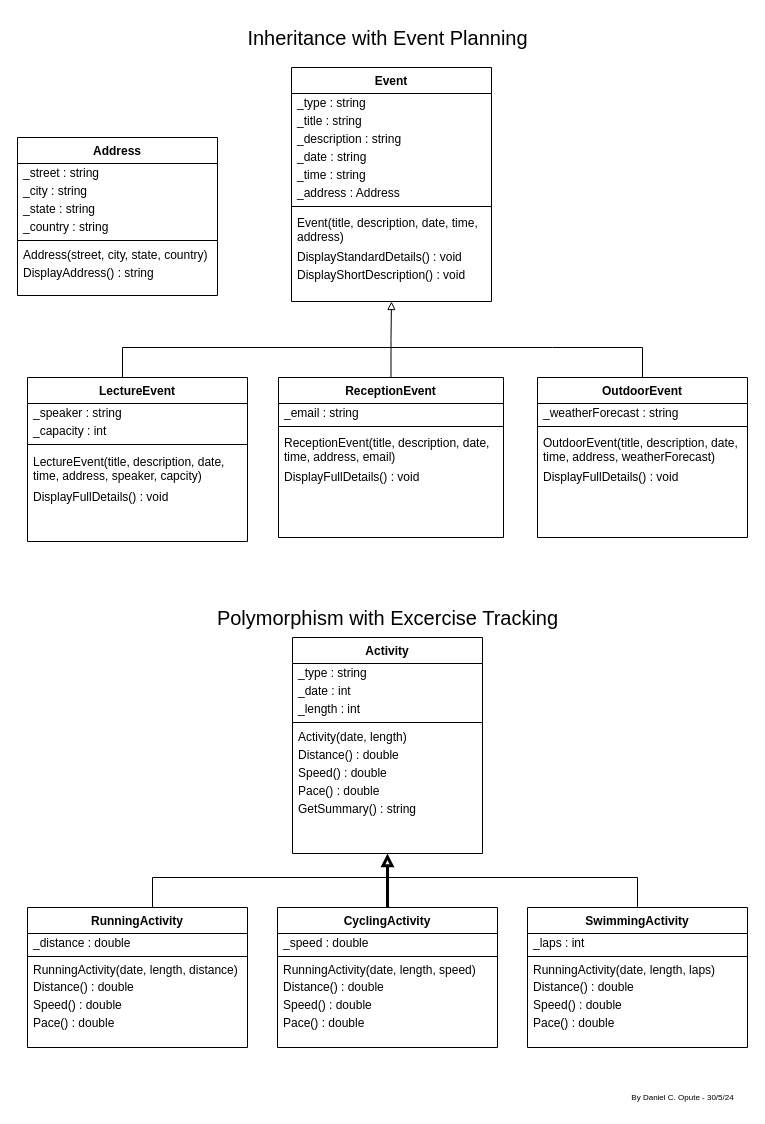
Before: page "week-7" (2 of 2) of final/FinalProject/final-project.drawio in danisms/cse210-projects, a draw.io diagram. Source tidied: cells renumbered, new cells numbered last; positions are measured from the earlier drawing's top-left corner, leaving out a move shared by most shapes. Both pictures are drawn from the tidied source at 100%, with x=0, y=0 at pixel (17, 17).
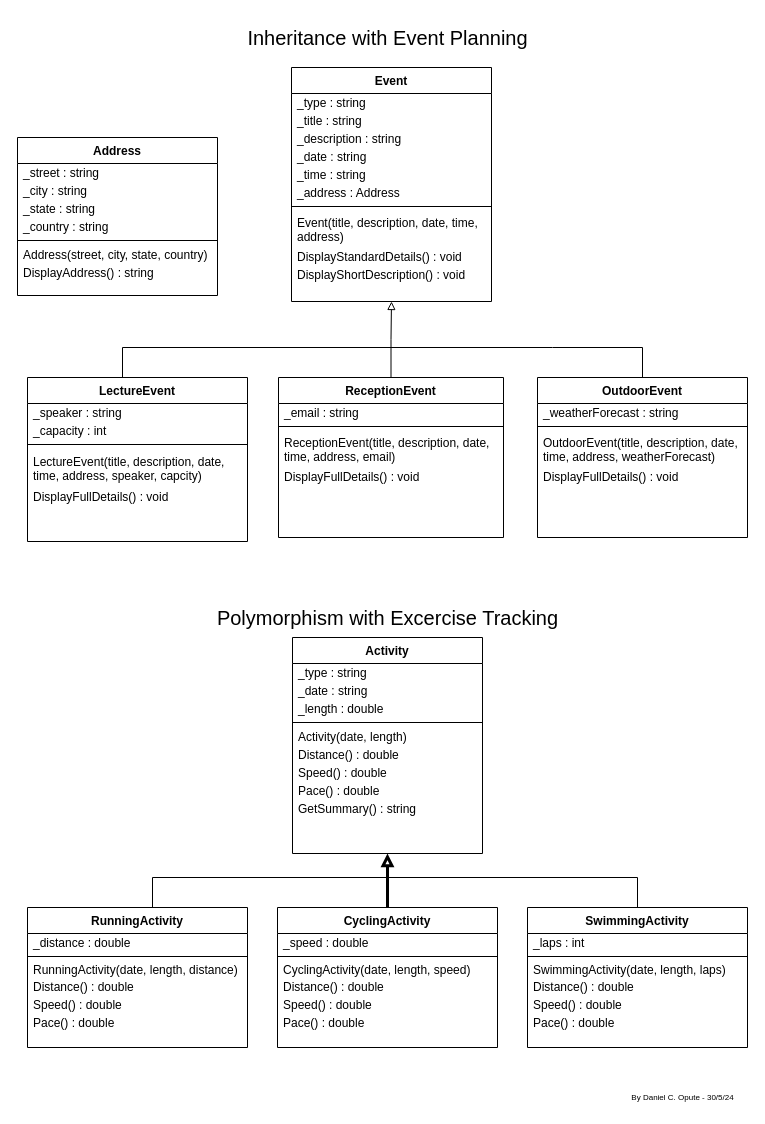
After the change.

The change refers to these unchanged cells:
```xml
<mxCell id="48" value="Activity" style="swimlane;fontStyle=1;align=center;verticalAlign=top;horizontal=1;startSize=26;rounded=0;shadow=0;strokeWidth=1;" parent="46" vertex="1">
  <mxGeometry x="265" width="190" height="216" as="geometry" />
</mxCell>
<mxCell id="67" value="CyclingActivity" style="swimlane;fontStyle=1;align=center;verticalAlign=top;horizontal=1;startSize=26;rounded=0;shadow=0;strokeWidth=1;" parent="46" vertex="1">
  <mxGeometry x="250" y="270" width="220" height="140" as="geometry" />
</mxCell>
<mxCell id="74" value="SwimmingActivity" style="swimlane;fontStyle=1;align=center;verticalAlign=top;horizontal=1;startSize=26;rounded=0;shadow=0;strokeWidth=1;" parent="46" vertex="1">
  <mxGeometry x="500" y="270" width="220" height="140" as="geometry" />
</mxCell>
```

The edit, as a diff of the source:
```diff
@@
-    <mxCell id="50" value="_date : int" style="text;align=left;verticalAlign=middle;spacingLeft=4;spacingRight=4;overflow=hidden;rounded=0;shadow=0;html=0;fontSize=12;fontFamily=Helvetica;fillColor=none;fontColor=default;" parent="48" vertex="1">
+    <mxCell id="50" value="_date : string" style="text;align=left;verticalAlign=middle;spacingLeft=4;spacingRight=4;overflow=hidden;rounded=0;shadow=0;html=0;fontSize=12;fontFamily=Helvetica;fillColor=none;fontColor=default;" parent="48" vertex="1">
       <mxGeometry y="44" width="190" height="18" as="geometry" />
     </mxCell>
-    <mxCell id="51" value="_length : int" style="text;align=left;verticalAlign=middle;spacingLeft=4;spacingRight=4;overflow=hidden;rounded=0;shadow=0;html=0;fontSize=12;fontFamily=Helvetica;fillColor=none;fontColor=default;" parent="48" vertex="1">
+    <mxCell id="51" value="_length : double" style="text;align=left;verticalAlign=middle;spacingLeft=4;spacingRight=4;overflow=hidden;rounded=0;shadow=0;html=0;fontSize=12;fontFamily=Helvetica;fillColor=none;fontColor=default;" parent="48" vertex="1">
       <mxGeometry y="62" width="190" height="18" as="geometry" />
     </mxCell>
@@
-    <mxCell id="70" value="RunningActivity(date, length, speed)" style="text;align=left;verticalAlign=middle;spacingLeft=4;spacingRight=4;overflow=hidden;rounded=0;shadow=0;html=0;fontSize=12;fontFamily=Helvetica;fillColor=none;fontColor=default;" parent="67" vertex="1">
+    <mxCell id="70" value="CyclingActivity(date, length, speed)" style="text;align=left;verticalAlign=middle;spacingLeft=4;spacingRight=4;overflow=hidden;rounded=0;shadow=0;html=0;fontSize=12;fontFamily=Helvetica;fillColor=none;fontColor=default;" parent="67" vertex="1">
       <mxGeometry y="54" width="220" height="16" as="geometry" />
     </mxCell>
@@
-    <mxCell id="77" value="RunningActivity(date, length, laps)" style="text;align=left;verticalAlign=middle;spacingLeft=4;spacingRight=4;overflow=hidden;rounded=0;shadow=0;html=0;fontSize=12;fontFamily=Helvetica;fillColor=none;fontColor=default;" parent="74" vertex="1">
+    <mxCell id="77" value="SwimmingActivity(date, length, laps)" style="text;align=left;verticalAlign=middle;spacingLeft=4;spacingRight=4;overflow=hidden;rounded=0;shadow=0;html=0;fontSize=12;fontFamily=Helvetica;fillColor=none;fontColor=default;" parent="74" vertex="1">
       <mxGeometry y="54" width="220" height="16" as="geometry" />
     </mxCell>
```
